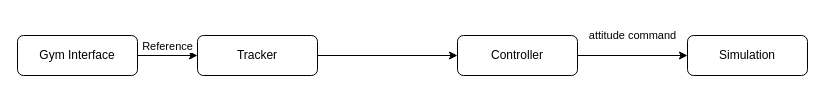
This is Untitled Diagram.drawio from Gaoyuan-Liu/debug, a draw.io file, before an edit. Source tidied: cells renumbered, new cells numbered last; positions are measured from the earlier drawing's top-left corner, leaving out a move shared by most shapes. Both pictures are drawn from the tidied source at 100%, with x=0, y=0 at pixel (17, 35).
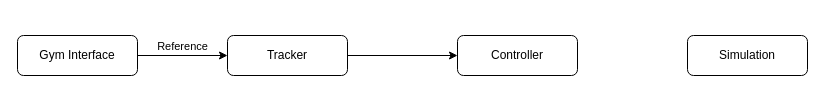
Above is the later version.

Diff of the diagram source:
```diff
@@
 <mxGraphModel>
   <root>
     <mxCell id="0" />
     <mxCell id="1" parent="0" />
     <mxCell id="2" value="Reference" style="edgeStyle=orthogonalEdgeStyle;rounded=0;jettySize=auto;html=1;verticalAlign=bottom;" parent="1" edge="1" source="3" target="5">
       <mxGeometry relative="1" as="geometry" />
     </mxCell>
     <mxCell id="3" value="Gym Interface" style="rounded=1;whiteSpace=wrap;html=1;fontSize=12;glass=0;strokeWidth=1;shadow=0;" parent="1" vertex="1">
       <mxGeometry width="120" height="40" as="geometry" />
     </mxCell>
     <mxCell id="4" style="edgeStyle=orthogonalEdgeStyle;rounded=0;jettySize=auto;html=1;" parent="1" edge="1" source="5" target="7">
       <mxGeometry relative="1" as="geometry" />
     </mxCell>
     <mxCell id="5" value="Tracker" style="rounded=1;whiteSpace=wrap;html=1;fontSize=12;glass=0;strokeWidth=1;shadow=0;" parent="1" vertex="1">
-      <mxGeometry x="180" width="120" height="40" as="geometry" />
+      <mxGeometry x="210" width="120" height="40" as="geometry" />
     </mxCell>
-    <mxCell id="6" value="&lt;p style=&quot;line-height: 120%&quot;&gt;attitude command&lt;/p&gt;" style="edgeStyle=orthogonalEdgeStyle;rounded=0;jettySize=auto;html=1;verticalAlign=bottom;" parent="1" edge="1" source="7" target="8">
-      <mxGeometry relative="1" as="geometry" />
-    </mxCell>
     <mxCell id="7" value="Controller" style="rounded=1;whiteSpace=wrap;html=1;fontSize=12;glass=0;strokeWidth=1;shadow=0;" parent="1" vertex="1">
       <mxGeometry x="440" width="120" height="40" as="geometry" />
     </mxCell>
     <mxCell id="8" value="Simulation" style="rounded=1;whiteSpace=wrap;html=1;fontSize=12;glass=0;strokeWidth=1;shadow=0;" parent="1" vertex="1">
       <mxGeometry x="670" width="120" height="40" as="geometry" />
     </mxCell>
   </root>
 </mxGraphModel>
```
